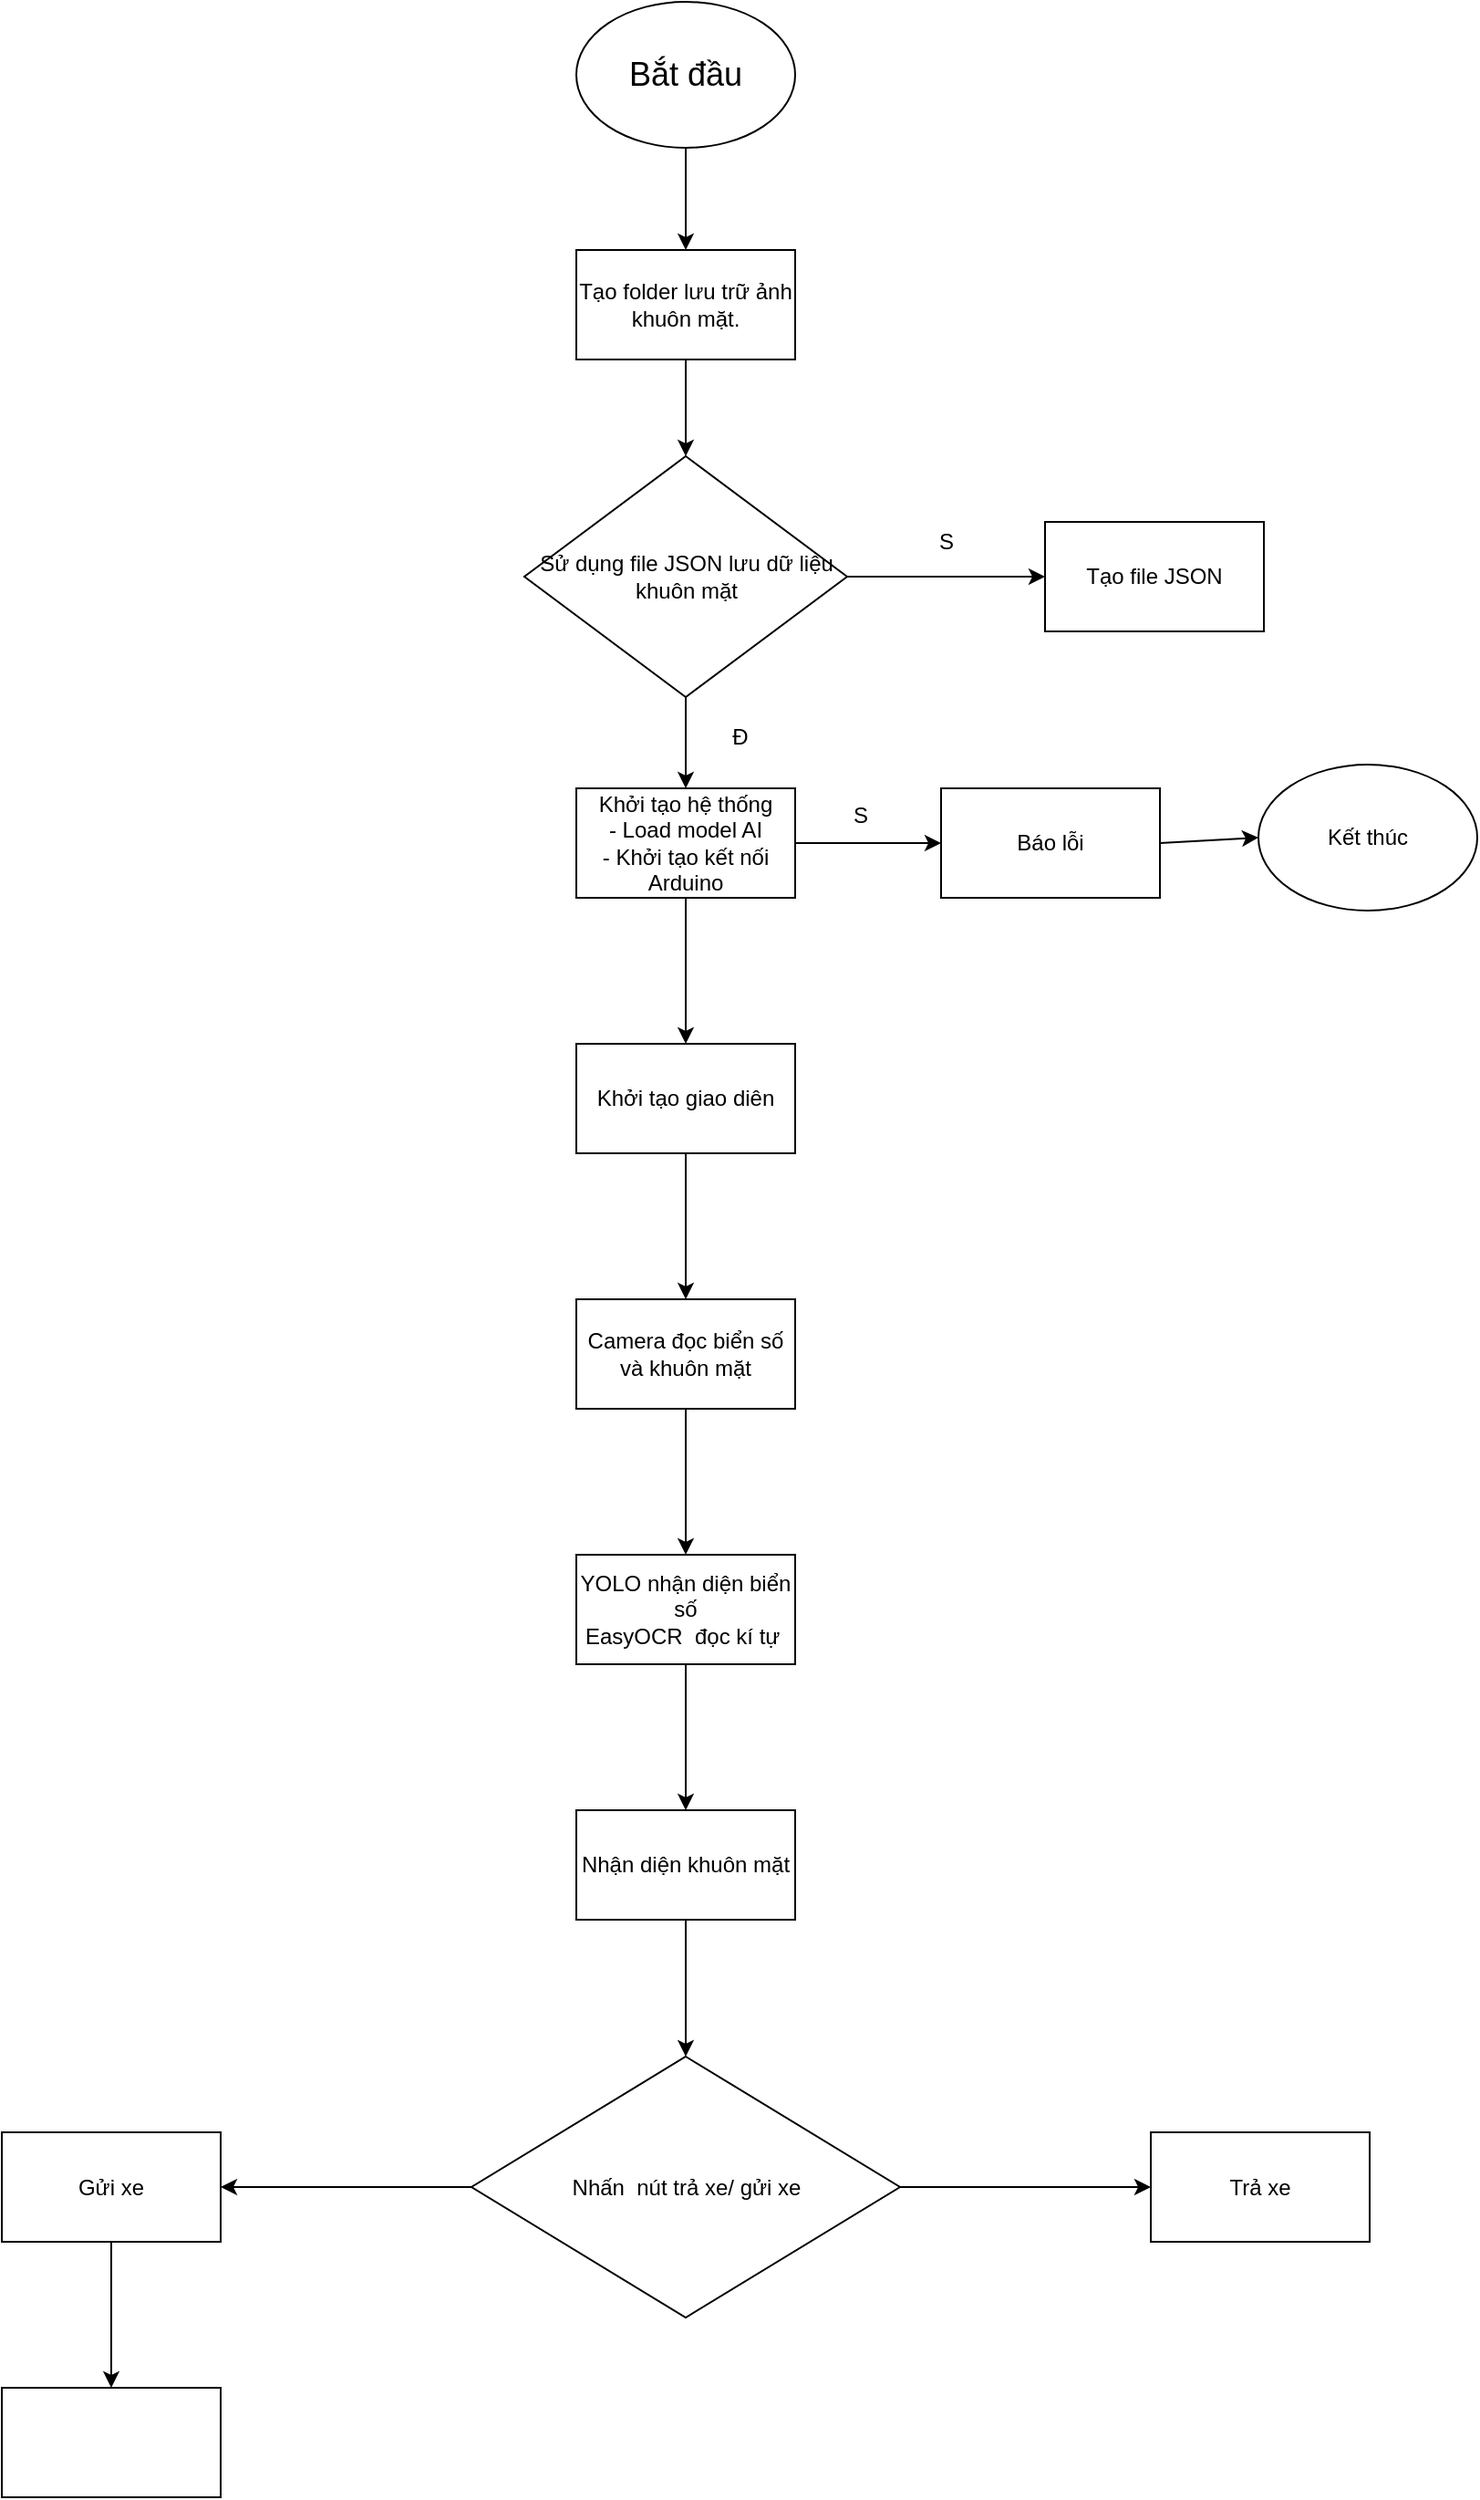
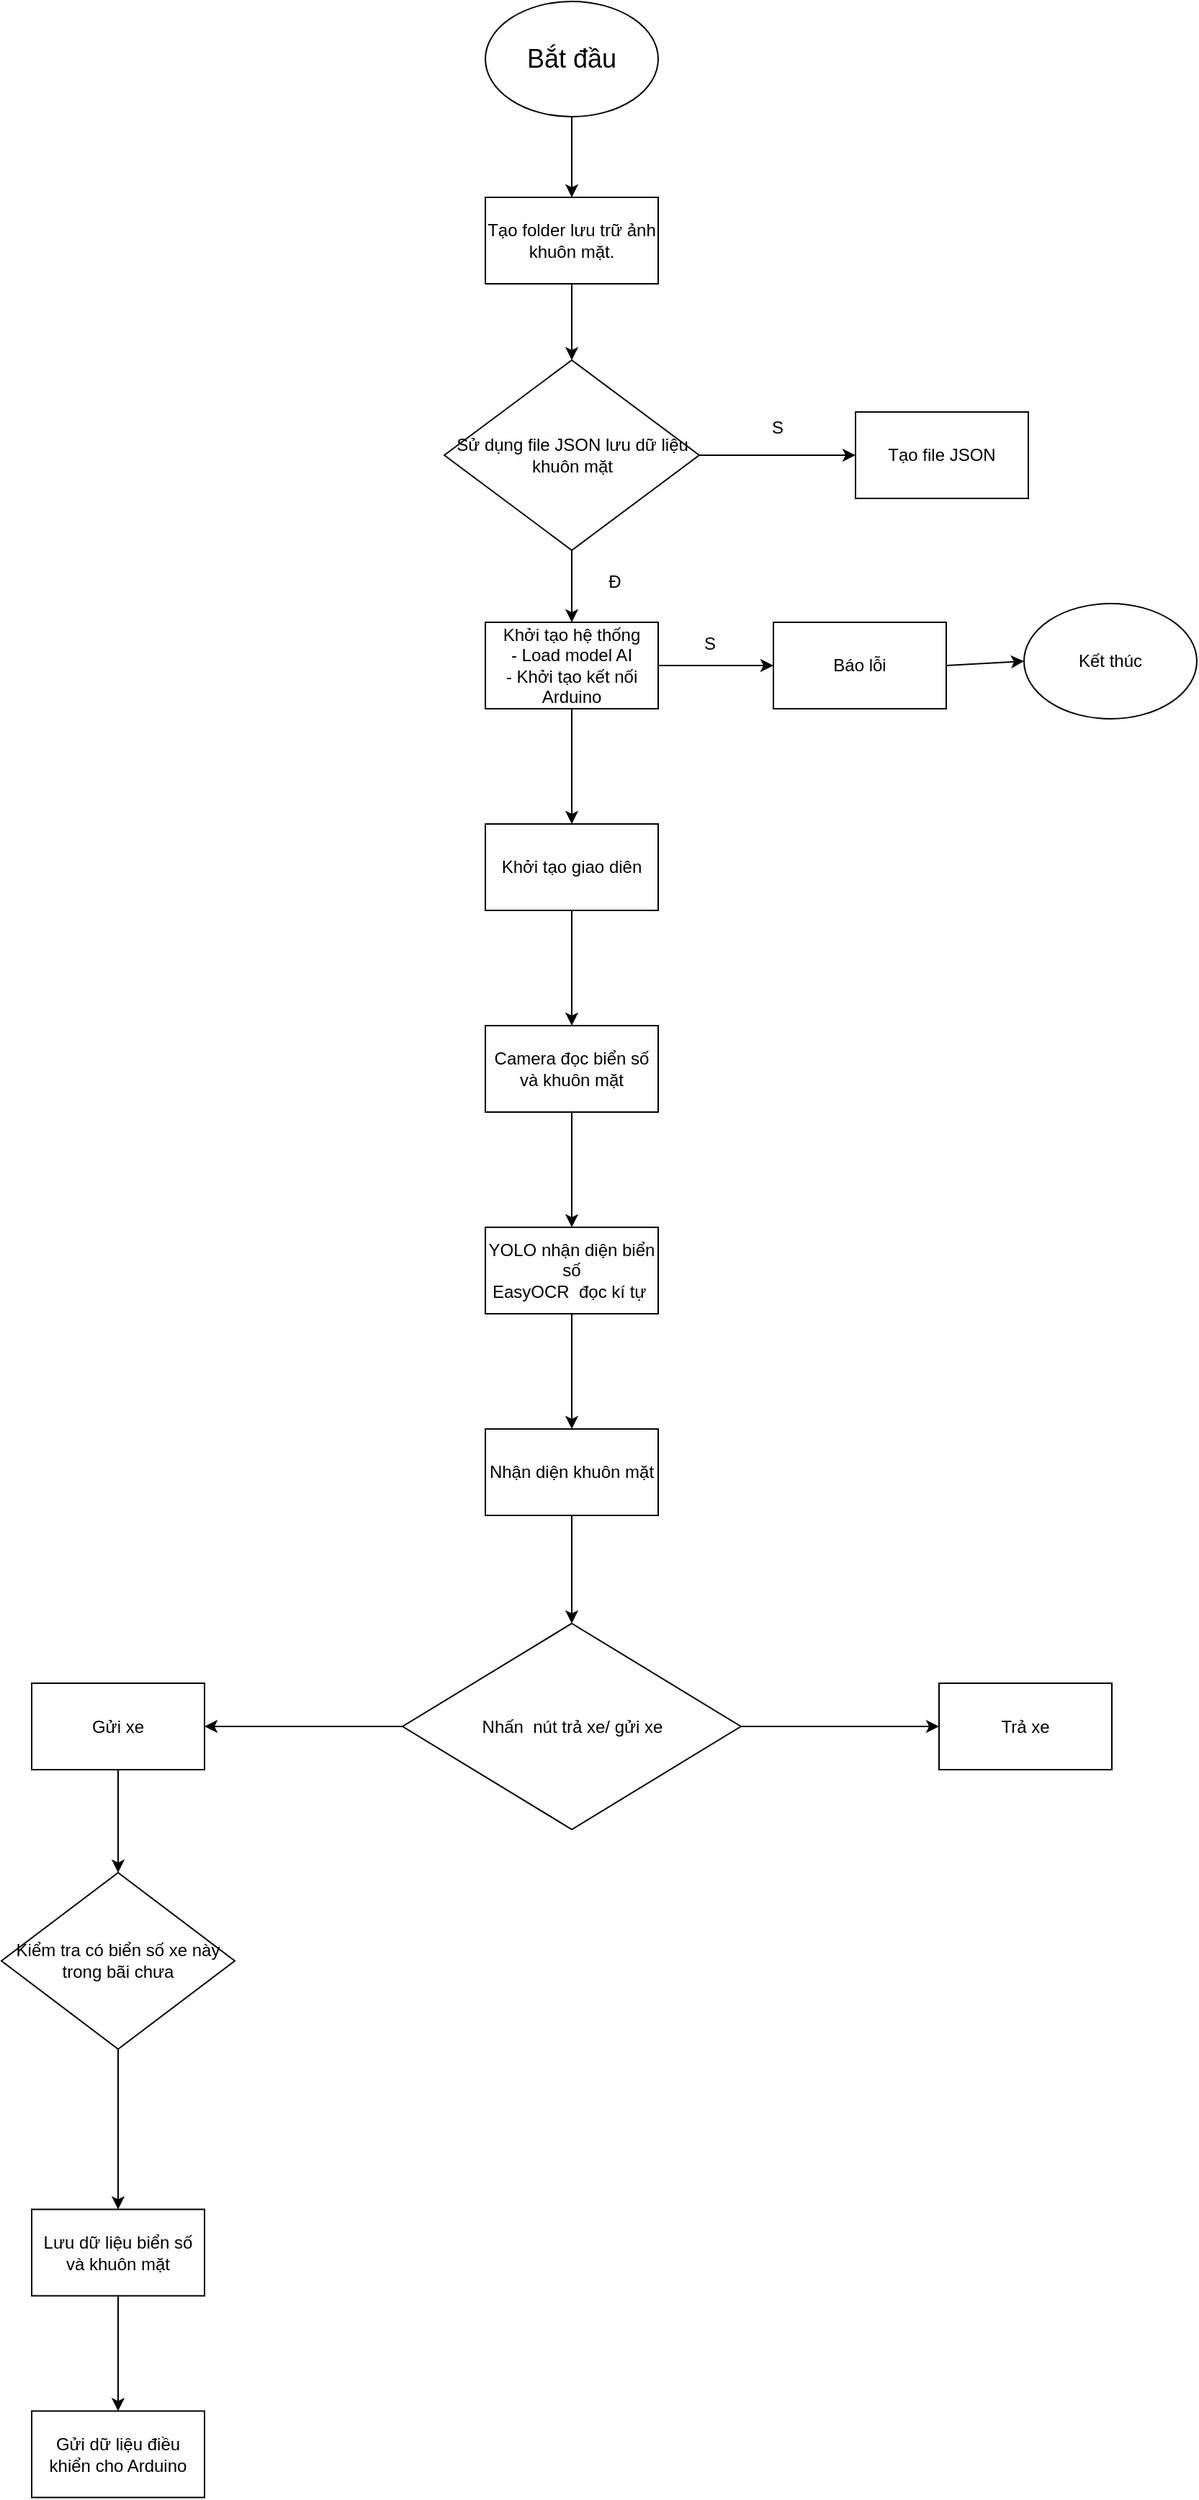
<mxfile host="app.diagrams.net">
  <diagram name="Page-1" id="DGyxEU7Gd1afNDstyDF_">
-     <mxGraphModel dx="1572" dy="4168" grid="0" gridSize="10" guides="1" tooltips="1" connect="1" arrows="1" fold="1" page="1" pageScale="1" pageWidth="4681" pageHeight="3300" math="0" shadow="0">
+     <mxGraphModel dx="1278" dy="4005" grid="0" gridSize="10" guides="1" tooltips="1" connect="1" arrows="1" fold="1" page="1" pageScale="1" pageWidth="4681" pageHeight="3300" math="0" shadow="0">
      <root>
        <mxCell id="0" />
        <mxCell id="1" parent="0" />
        <mxCell id="uXg_nnq4Of7ZevpRBYAR-1" parent="1" style="ellipse;whiteSpace=wrap;html=1;" value="&lt;font style=&quot;font-size: 18px;&quot;&gt;Bắt đầu&lt;/font&gt;" vertex="1">
          <mxGeometry height="80" width="120" x="1457" y="-3272" as="geometry" />
        </mxCell>
        <mxCell id="ARJTMiJBZuqtaoDLN08L-1" parent="1" style="rounded=0;whiteSpace=wrap;html=1;" value="Tạo folder lưu trữ ảnh khuôn mặt." vertex="1">
          <mxGeometry height="60" width="120" x="1457" y="-3136" as="geometry" />
        </mxCell>
        <mxCell id="ARJTMiJBZuqtaoDLN08L-2" edge="1" parent="1" source="uXg_nnq4Of7ZevpRBYAR-1" style="endArrow=classic;html=1;rounded=0;exitX=0.5;exitY=1;exitDx=0;exitDy=0;" target="ARJTMiJBZuqtaoDLN08L-1" value="">
          <mxGeometry height="50" relative="1" width="50" as="geometry">
            <mxPoint x="1672" y="-2733" as="sourcePoint" />
            <mxPoint x="1722" y="-2783" as="targetPoint" />
          </mxGeometry>
        </mxCell>
        <mxCell id="ARJTMiJBZuqtaoDLN08L-15" edge="1" parent="1" source="ARJTMiJBZuqtaoDLN08L-4" style="edgeStyle=orthogonalEdgeStyle;rounded=0;orthogonalLoop=1;jettySize=auto;html=1;" target="ARJTMiJBZuqtaoDLN08L-14" value="">
          <mxGeometry relative="1" as="geometry" />
        </mxCell>
        <mxCell id="ARJTMiJBZuqtaoDLN08L-20" edge="1" parent="1" source="ARJTMiJBZuqtaoDLN08L-4" style="edgeStyle=orthogonalEdgeStyle;rounded=0;orthogonalLoop=1;jettySize=auto;html=1;" target="ARJTMiJBZuqtaoDLN08L-19" value="">
          <mxGeometry relative="1" as="geometry" />
        </mxCell>
        <mxCell id="ARJTMiJBZuqtaoDLN08L-4" parent="1" style="whiteSpace=wrap;html=1;rounded=0;" value="Khởi tạo hệ thống&lt;div&gt;- Load model AI&lt;/div&gt;&lt;div&gt;- Khởi tạo kết nối Arduino&lt;/div&gt;" vertex="1">
          <mxGeometry height="60" width="120" x="1457" y="-2841" as="geometry" />
        </mxCell>
        <mxCell id="ARJTMiJBZuqtaoDLN08L-9" edge="1" parent="1" source="ARJTMiJBZuqtaoDLN08L-6" style="edgeStyle=orthogonalEdgeStyle;rounded=0;orthogonalLoop=1;jettySize=auto;html=1;" target="ARJTMiJBZuqtaoDLN08L-8" value="">
          <mxGeometry relative="1" as="geometry" />
        </mxCell>
        <mxCell id="ARJTMiJBZuqtaoDLN08L-6" parent="1" style="rhombus;whiteSpace=wrap;html=1;" value="Sử dụng file JSON lưu dữ liệu khuôn mặt" vertex="1">
          <mxGeometry height="132" width="177" x="1428.5" y="-3023" as="geometry" />
        </mxCell>
        <mxCell id="ARJTMiJBZuqtaoDLN08L-8" parent="1" style="whiteSpace=wrap;html=1;" value="Tạo file JSON" vertex="1">
          <mxGeometry height="60" width="120" x="1714" y="-2987" as="geometry" />
        </mxCell>
        <mxCell id="ARJTMiJBZuqtaoDLN08L-10" edge="1" parent="1" source="ARJTMiJBZuqtaoDLN08L-1" style="endArrow=classic;html=1;rounded=0;exitX=0.5;exitY=1;exitDx=0;exitDy=0;" target="ARJTMiJBZuqtaoDLN08L-6" value="">
          <mxGeometry height="50" relative="1" width="50" as="geometry">
            <mxPoint x="1592" y="-2809" as="sourcePoint" />
            <mxPoint x="1642" y="-2859" as="targetPoint" />
          </mxGeometry>
        </mxCell>
        <mxCell id="ARJTMiJBZuqtaoDLN08L-11" parent="1" style="text;html=1;whiteSpace=wrap;strokeColor=none;fillColor=none;align=center;verticalAlign=middle;rounded=0;" value="S" vertex="1">
          <mxGeometry height="30" width="60" x="1630" y="-2991" as="geometry" />
        </mxCell>
        <mxCell id="ARJTMiJBZuqtaoDLN08L-12" edge="1" parent="1" source="ARJTMiJBZuqtaoDLN08L-6" style="endArrow=classic;html=1;rounded=0;exitX=0.5;exitY=1;exitDx=0;exitDy=0;" target="ARJTMiJBZuqtaoDLN08L-4" value="">
          <mxGeometry height="50" relative="1" width="50" as="geometry">
            <mxPoint x="1592" y="-2809" as="sourcePoint" />
            <mxPoint x="1642" y="-2859" as="targetPoint" />
          </mxGeometry>
        </mxCell>
        <mxCell id="ARJTMiJBZuqtaoDLN08L-13" parent="1" style="text;html=1;whiteSpace=wrap;strokeColor=none;fillColor=none;align=center;verticalAlign=middle;rounded=0;" value="Đ" vertex="1">
          <mxGeometry height="30" width="60" x="1517" y="-2884" as="geometry" />
        </mxCell>
        <mxCell id="ARJTMiJBZuqtaoDLN08L-14" parent="1" style="whiteSpace=wrap;html=1;rounded=0;" value="Báo lỗi" vertex="1">
          <mxGeometry height="60" width="120" x="1657" y="-2841" as="geometry" />
        </mxCell>
        <mxCell id="ARJTMiJBZuqtaoDLN08L-16" parent="1" style="ellipse;whiteSpace=wrap;html=1;" value="Kết thúc" vertex="1">
          <mxGeometry height="80" width="120" x="1831" y="-2854" as="geometry" />
        </mxCell>
        <mxCell id="ARJTMiJBZuqtaoDLN08L-17" edge="1" parent="1" source="ARJTMiJBZuqtaoDLN08L-14" style="endArrow=classic;html=1;rounded=0;exitX=1;exitY=0.5;exitDx=0;exitDy=0;entryX=0;entryY=0.5;entryDx=0;entryDy=0;" target="ARJTMiJBZuqtaoDLN08L-16" value="">
          <mxGeometry height="50" relative="1" width="50" as="geometry">
            <mxPoint x="1592" y="-2817" as="sourcePoint" />
            <mxPoint x="1642" y="-2867" as="targetPoint" />
          </mxGeometry>
        </mxCell>
        <mxCell id="ARJTMiJBZuqtaoDLN08L-18" parent="1" style="text;html=1;whiteSpace=wrap;strokeColor=none;fillColor=none;align=center;verticalAlign=middle;rounded=0;" value="S" vertex="1">
          <mxGeometry height="30" width="60" x="1583" y="-2841" as="geometry" />
        </mxCell>
        <mxCell id="ARJTMiJBZuqtaoDLN08L-22" edge="1" parent="1" source="ARJTMiJBZuqtaoDLN08L-19" style="edgeStyle=orthogonalEdgeStyle;rounded=0;orthogonalLoop=1;jettySize=auto;html=1;" target="ARJTMiJBZuqtaoDLN08L-21" value="">
          <mxGeometry relative="1" as="geometry" />
        </mxCell>
        <mxCell id="ARJTMiJBZuqtaoDLN08L-19" parent="1" style="whiteSpace=wrap;html=1;rounded=0;" value="Khởi tạo giao diên" vertex="1">
          <mxGeometry height="60" width="120" x="1457" y="-2701" as="geometry" />
        </mxCell>
        <mxCell id="ARJTMiJBZuqtaoDLN08L-24" edge="1" parent="1" source="ARJTMiJBZuqtaoDLN08L-21" style="edgeStyle=orthogonalEdgeStyle;rounded=0;orthogonalLoop=1;jettySize=auto;html=1;" target="ARJTMiJBZuqtaoDLN08L-23" value="">
          <mxGeometry relative="1" as="geometry" />
        </mxCell>
        <mxCell id="ARJTMiJBZuqtaoDLN08L-21" parent="1" style="whiteSpace=wrap;html=1;rounded=0;" value="Camera đọc biển số và khuôn mặt" vertex="1">
          <mxGeometry height="60" width="120" x="1457" y="-2561" as="geometry" />
        </mxCell>
        <mxCell id="ARJTMiJBZuqtaoDLN08L-26" edge="1" parent="1" source="ARJTMiJBZuqtaoDLN08L-23" style="edgeStyle=orthogonalEdgeStyle;rounded=0;orthogonalLoop=1;jettySize=auto;html=1;" target="ARJTMiJBZuqtaoDLN08L-25" value="">
          <mxGeometry relative="1" as="geometry" />
        </mxCell>
        <mxCell id="ARJTMiJBZuqtaoDLN08L-23" parent="1" style="whiteSpace=wrap;html=1;rounded=0;" value="YOLO nhận diện biển số&lt;div&gt;EasyOCR&amp;nbsp; đọc kí tự&amp;nbsp;&lt;/div&gt;" vertex="1">
          <mxGeometry height="60" width="120" x="1457" y="-2421" as="geometry" />
        </mxCell>
        <mxCell id="ARJTMiJBZuqtaoDLN08L-28" edge="1" parent="1" source="ARJTMiJBZuqtaoDLN08L-25" style="edgeStyle=orthogonalEdgeStyle;rounded=0;orthogonalLoop=1;jettySize=auto;html=1;" target="ARJTMiJBZuqtaoDLN08L-27" value="">
          <mxGeometry relative="1" as="geometry" />
        </mxCell>
        <mxCell id="ARJTMiJBZuqtaoDLN08L-25" parent="1" style="whiteSpace=wrap;html=1;rounded=0;" value="Nhận diện khuôn mặt" vertex="1">
          <mxGeometry height="60" width="120" x="1457" y="-2281" as="geometry" />
        </mxCell>
        <mxCell id="ARJTMiJBZuqtaoDLN08L-30" edge="1" parent="1" source="ARJTMiJBZuqtaoDLN08L-27" style="edgeStyle=orthogonalEdgeStyle;rounded=0;orthogonalLoop=1;jettySize=auto;html=1;" target="ARJTMiJBZuqtaoDLN08L-29" value="">
          <mxGeometry relative="1" as="geometry" />
        </mxCell>
        <mxCell id="ARJTMiJBZuqtaoDLN08L-32" edge="1" parent="1" source="ARJTMiJBZuqtaoDLN08L-27" style="edgeStyle=orthogonalEdgeStyle;rounded=0;orthogonalLoop=1;jettySize=auto;html=1;" target="ARJTMiJBZuqtaoDLN08L-31" value="">
          <mxGeometry relative="1" as="geometry" />
        </mxCell>
        <mxCell id="ARJTMiJBZuqtaoDLN08L-27" parent="1" style="rhombus;whiteSpace=wrap;html=1;rounded=0;" value="Nhấn&amp;nbsp; nút trả xe/ gửi xe" vertex="1">
          <mxGeometry height="143" width="235" x="1399.5" y="-2146" as="geometry" />
        </mxCell>
-         <mxCell id="ARJTMiJBZuqtaoDLN08L-35" edge="1" parent="1" source="ARJTMiJBZuqtaoDLN08L-29" style="edgeStyle=orthogonalEdgeStyle;rounded=0;orthogonalLoop=1;jettySize=auto;html=1;" target="ARJTMiJBZuqtaoDLN08L-34" value="">
+         <mxCell id="TZBj_Liqza_sotpi1hGj-2" edge="1" parent="1" source="ARJTMiJBZuqtaoDLN08L-29" style="edgeStyle=orthogonalEdgeStyle;rounded=0;orthogonalLoop=1;jettySize=auto;html=1;" target="TZBj_Liqza_sotpi1hGj-1" value="">
          <mxGeometry relative="1" as="geometry" />
        </mxCell>
        <mxCell id="ARJTMiJBZuqtaoDLN08L-29" parent="1" style="whiteSpace=wrap;html=1;rounded=0;" value="Gửi xe" vertex="1">
          <mxGeometry height="60" width="120" x="1142" y="-2104.5" as="geometry" />
        </mxCell>
        <mxCell id="ARJTMiJBZuqtaoDLN08L-31" parent="1" style="whiteSpace=wrap;html=1;rounded=0;" value="Trả xe" vertex="1">
          <mxGeometry height="60" width="120" x="1772" y="-2104.5" as="geometry" />
        </mxCell>
-         <mxCell id="ARJTMiJBZuqtaoDLN08L-34" parent="1" style="whiteSpace=wrap;html=1;rounded=0;" value="" vertex="1">
-           <mxGeometry height="60" width="120" x="1142" y="-1964.5" as="geometry" />
+         <mxCell id="TZBj_Liqza_sotpi1hGj-4" edge="1" parent="1" source="TZBj_Liqza_sotpi1hGj-1" style="edgeStyle=orthogonalEdgeStyle;rounded=0;orthogonalLoop=1;jettySize=auto;html=1;" target="TZBj_Liqza_sotpi1hGj-3" value="">
+           <mxGeometry relative="1" as="geometry" />
+         </mxCell>
+         <mxCell id="TZBj_Liqza_sotpi1hGj-1" parent="1" style="rhombus;whiteSpace=wrap;html=1;rounded=0;" value="Kiểm tra có biển số xe này trong bãi chưa" vertex="1">
+           <mxGeometry height="122.5" width="162" x="1121" y="-1973" as="geometry" />
+         </mxCell>
+         <mxCell id="TZBj_Liqza_sotpi1hGj-6" edge="1" parent="1" source="TZBj_Liqza_sotpi1hGj-3" style="edgeStyle=orthogonalEdgeStyle;rounded=0;orthogonalLoop=1;jettySize=auto;html=1;" target="TZBj_Liqza_sotpi1hGj-5" value="">
+           <mxGeometry relative="1" as="geometry" />
+         </mxCell>
+         <mxCell id="TZBj_Liqza_sotpi1hGj-3" parent="1" style="whiteSpace=wrap;html=1;rounded=0;" value="Lưu dữ liệu biển số và khuôn mặt" vertex="1">
+           <mxGeometry height="60" width="120" x="1142" y="-1739.25" as="geometry" />
+         </mxCell>
+         <mxCell id="TZBj_Liqza_sotpi1hGj-5" parent="1" style="whiteSpace=wrap;html=1;rounded=0;" value="Gửi dữ liệu điều khiển cho Arduino" vertex="1">
+           <mxGeometry height="60" width="120" x="1142" y="-1599.25" as="geometry" />
        </mxCell>
      </root>
    </mxGraphModel>
  </diagram>
</mxfile>
